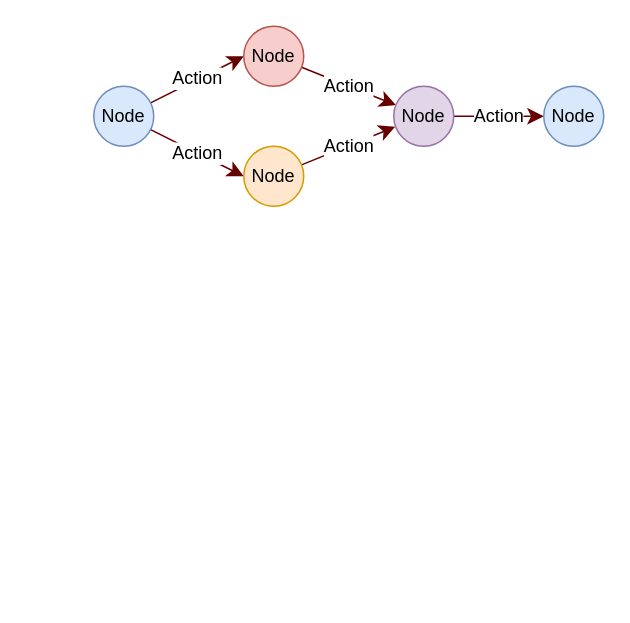
Earlier version of the draw.io diagram readme/readme.drawio (codejie/FlowEngine). Source tidied: cells renumbered, new cells numbered last; positions are measured from the earlier drawing's top-left corner, leaving out a move shared by most shapes. Both pictures are drawn from the tidied source at 150%, with x=0, y=0 at pixel (93, 26).
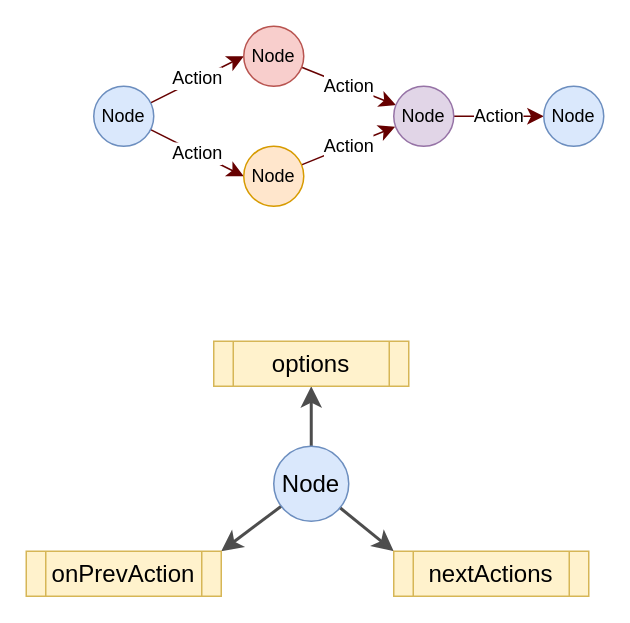
The same page after the edit.

The edit, as a diff of the source:
```diff
@@
 <mxGraphModel>
   <root>
     <mxCell id="0" />
     <mxCell id="1" parent="0" />
     <mxCell id="2" value="Action" style="edgeStyle=none;curved=1;rounded=0;jettySize=auto;html=1;entryX=0;entryY=0.5;entryDx=0;entryDy=0;fontSize=12;startSize=8;endSize=8;strokeColor=#660000;" parent="1" edge="1" source="4" target="6">
       <mxGeometry relative="1" as="geometry" />
     </mxCell>
     <mxCell id="3" value="Action" style="edgeStyle=none;curved=1;rounded=0;jettySize=auto;html=1;entryX=0;entryY=0.5;entryDx=0;entryDy=0;fontSize=12;startSize=8;endSize=8;strokeColor=#660000;" parent="1" edge="1" source="4" target="8">
       <mxGeometry relative="1" as="geometry" />
     </mxCell>
     <mxCell id="4" value="Node" style="ellipse;whiteSpace=wrap;html=1;fontSize=12;fillColor=#dae8fc;strokeColor=#6c8ebf;" parent="1" vertex="1">
       <mxGeometry y="40" width="40" height="40" as="geometry" />
     </mxCell>
     <mxCell id="5" value="Action" style="edgeStyle=none;curved=1;rounded=0;jettySize=auto;html=1;fontSize=12;startSize=8;endSize=8;strokeColor=#660000;" parent="1" edge="1" source="6" target="10">
       <mxGeometry relative="1" as="geometry" />
     </mxCell>
     <mxCell id="6" value="Node" style="ellipse;whiteSpace=wrap;html=1;fontSize=12;fillColor=#f8cecc;strokeColor=#b85450;" parent="1" vertex="1">
       <mxGeometry x="100" width="40" height="40" as="geometry" />
     </mxCell>
     <mxCell id="7" value="Action" style="edgeStyle=none;curved=1;rounded=0;jettySize=auto;html=1;entryX=0.025;entryY=0.675;entryDx=0;entryDy=0;fontSize=12;startSize=8;endSize=8;entryPerimeter=0;strokeColor=#660000;" parent="1" edge="1" source="8" target="10">
       <mxGeometry relative="1" as="geometry" />
     </mxCell>
     <mxCell id="8" value="Node" style="ellipse;whiteSpace=wrap;html=1;fontSize=12;fillColor=#ffe6cc;strokeColor=#d79b00;" parent="1" vertex="1">
       <mxGeometry x="100" y="80" width="40" height="40" as="geometry" />
     </mxCell>
     <mxCell id="9" value="Action" style="edgeStyle=none;curved=1;rounded=0;jettySize=auto;html=1;entryX=0;entryY=0.5;entryDx=0;entryDy=0;fontSize=12;startSize=8;endSize=8;strokeColor=#660000;" parent="1" edge="1" source="10" target="11">
       <mxGeometry relative="1" as="geometry" />
     </mxCell>
     <mxCell id="10" value="Node" style="ellipse;whiteSpace=wrap;html=1;fontSize=12;fillColor=#e1d5e7;strokeColor=#9673a6;" parent="1" vertex="1">
       <mxGeometry x="200" y="40" width="40" height="40" as="geometry" />
     </mxCell>
     <mxCell id="11" value="Node" style="ellipse;whiteSpace=wrap;html=1;fontSize=12;fillColor=#dae8fc;strokeColor=#6c8ebf;" parent="1" vertex="1">
       <mxGeometry x="300" y="40" width="40" height="40" as="geometry" />
     </mxCell>
+    <mxCell id="12" style="edgeStyle=none;curved=1;rounded=0;jettySize=auto;html=1;fontSize=12;startSize=8;endSize=8;strokeWidth=2;strokeColor=#4D4D4D;" parent="1" edge="1" source="15" target="16">
+      <mxGeometry relative="1" as="geometry" />
+    </mxCell>
+    <mxCell id="13" style="edgeStyle=none;curved=1;rounded=0;jettySize=auto;html=1;entryX=1;entryY=0;entryDx=0;entryDy=0;fontSize=12;startSize=8;endSize=8;strokeWidth=2;strokeColor=#4D4D4D;" parent="1" edge="1" source="15" target="17">
+      <mxGeometry relative="1" as="geometry" />
+    </mxCell>
+    <mxCell id="14" style="edgeStyle=none;curved=1;rounded=0;jettySize=auto;html=1;entryX=0;entryY=0;entryDx=0;entryDy=0;fontSize=12;startSize=8;endSize=8;strokeWidth=2;strokeColor=#4D4D4D;" parent="1" edge="1" source="15" target="18">
+      <mxGeometry relative="1" as="geometry" />
+    </mxCell>
+    <mxCell id="15" value="Node" style="ellipse;whiteSpace=wrap;html=1;fontSize=16;fillColor=#dae8fc;strokeColor=#6c8ebf;" parent="1" vertex="1">
+      <mxGeometry x="120" y="280" width="50" height="50" as="geometry" />
+    </mxCell>
+    <mxCell id="16" value="options" style="shape=process;whiteSpace=wrap;html=1;backgroundOutline=1;fontSize=16;fillColor=#fff2cc;strokeColor=#d6b656;" parent="1" vertex="1">
+      <mxGeometry x="80" y="210" width="130" height="30" as="geometry" />
+    </mxCell>
+    <mxCell id="17" value="onPrevAction" style="shape=process;whiteSpace=wrap;html=1;backgroundOutline=1;fontSize=16;fillColor=#fff2cc;strokeColor=#d6b656;" parent="1" vertex="1">
+      <mxGeometry x="-45" y="350" width="130" height="30" as="geometry" />
+    </mxCell>
+    <mxCell id="18" value="nextActions" style="shape=process;whiteSpace=wrap;html=1;backgroundOutline=1;fontSize=16;fillColor=#fff2cc;strokeColor=#d6b656;" parent="1" vertex="1">
+      <mxGeometry x="200" y="350" width="130" height="30" as="geometry" />
+    </mxCell>
   </root>
 </mxGraphModel>
```
